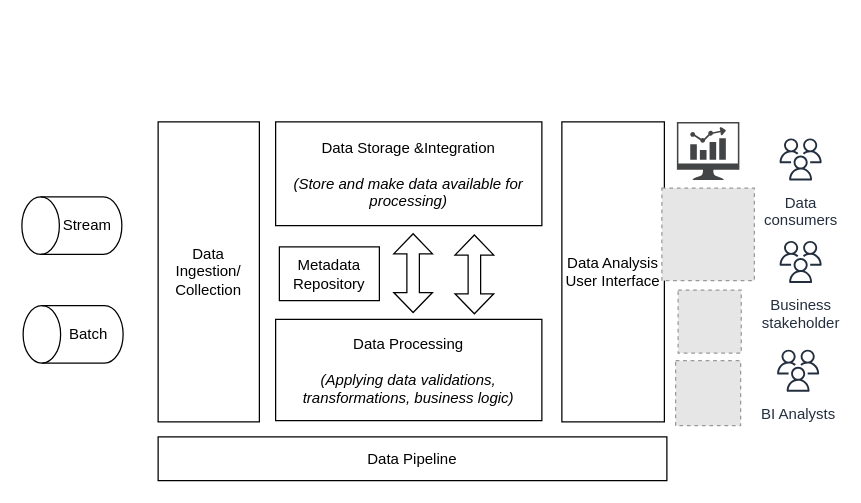
Before: page "Conceptual View(Architcture)" (15 of 16) of Untitled Diagram.drawio in nitindatta/aws-serverless, a draw.io diagram. Source tidied: cells renumbered, new cells numbered last; positions are measured from the earlier drawing's top-left corner, leaving out a move shared by most shapes. Both pictures are drawn from the tidied source at 125%, with x=0, y=0 at pixel (21, 121). Pictures stored in the file or linked from it are replaced by grey dashed boxes.
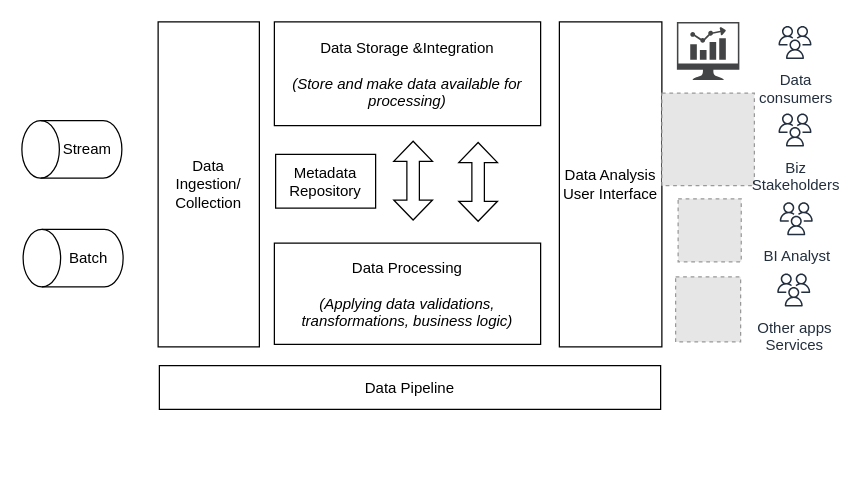
Above is the later version.

The edit, as a diff of the source:
```diff
@@
     <mxCell id="2" value="Data Ingestion/&lt;br&gt;Collection" style="whiteSpace=wrap;html=1;" parent="1" vertex="1">
-      <mxGeometry x="109" width="81" height="240" as="geometry" />
+      <mxGeometry x="109" y="-80" width="81" height="260" as="geometry" />
     </mxCell>
     <mxCell id="3" value="Data Storage &amp;amp;Integration&lt;br&gt;&lt;i&gt;&lt;br&gt;(Store and make data available for processing)&lt;/i&gt;" style="whiteSpace=wrap;html=1;direction=south;" parent="1" vertex="1">
-      <mxGeometry x="203" width="213" height="83" as="geometry" />
+      <mxGeometry x="202" y="-80" width="213" height="83" as="geometry" />
     </mxCell>
     <mxCell id="4" value="Data Processing&lt;br&gt;&lt;br&gt;&lt;i&gt;(Applying data validations, transformations, business logic)&lt;/i&gt;" style="whiteSpace=wrap;html=1;direction=south;" parent="1" vertex="1">
-      <mxGeometry x="203" y="158" width="213" height="81" as="geometry" />
+      <mxGeometry x="202" y="97" width="213" height="81" as="geometry" />
     </mxCell>
     <mxCell id="5" value="Data Pipeline" style="whiteSpace=wrap;html=1;direction=south;" parent="1" vertex="1">
-      <mxGeometry x="109" y="252" width="407" height="35" as="geometry" />
+      <mxGeometry x="110" y="195" width="401" height="35" as="geometry" />
     </mxCell>
     <mxCell id="6" value="Data Analysis&lt;br&gt;User Interface" style="whiteSpace=wrap;html=1;" parent="1" vertex="1">
-      <mxGeometry x="432" width="82" height="240" as="geometry" />
+      <mxGeometry x="430" y="-80" width="82" height="260" as="geometry" />
     </mxCell>
     <mxCell id="7" value="Stream" style="shape=cylinder3;whiteSpace=wrap;html=1;boundedLbl=1;backgroundOutline=1;size=15;direction=north;" parent="1" vertex="1">
-      <mxGeometry y="60" width="80" height="46" as="geometry" />
+      <mxGeometry y="-1" width="80" height="46" as="geometry" />
     </mxCell>
     <mxCell id="8" value="Batch" style="shape=cylinder3;whiteSpace=wrap;html=1;boundedLbl=1;backgroundOutline=1;size=15;direction=north;" parent="1" vertex="1">
-      <mxGeometry x="1" y="147" width="80" height="46" as="geometry" />
+      <mxGeometry x="1" y="86" width="80" height="46" as="geometry" />
     </mxCell>
     <mxCell id="9" value="Metadata Repository" style="whiteSpace=wrap;html=1;direction=south;" parent="1" vertex="1">
-      <mxGeometry x="206" y="100" width="80" height="43" as="geometry" />
+      <mxGeometry x="203" y="26" width="80" height="43" as="geometry" />
     </mxCell>
     <mxCell id="10" style="shape=flexArrow;endArrow=classic;startArrow=classic;html=1;rounded=0;endSize=5;strokeWidth=1;startSize=5;" parent="1" edge="1">
       <mxGeometry relative="1" as="geometry">
-        <mxPoint x="313" y="153" as="sourcePoint" />
-        <mxPoint x="313" y="89" as="targetPoint" />
+        <mxPoint x="313" y="79" as="sourcePoint" />
+        <mxPoint x="313" y="15" as="targetPoint" />
       </mxGeometry>
     </mxCell>
     <mxCell id="11" style="shape=flexArrow;endArrow=classic;startArrow=classic;html=1;rounded=0;endSize=5;strokeWidth=1;startSize=5;" parent="1" edge="1">
       <mxGeometry relative="1" as="geometry">
-        <mxPoint x="362" y="154" as="sourcePoint" />
-        <mxPoint x="362" y="90" as="targetPoint" />
+        <mxPoint x="365" y="80" as="sourcePoint" />
+        <mxPoint x="365" y="16" as="targetPoint" />
       </mxGeometry>
     </mxCell>
     <mxCell id="12" value="Data &lt;br&gt;consumers" style="sketch=0;fontColor=#232F3E;gradientColor=none;strokeColor=#232F3E;fillColor=#ffffff;dashed=0;verticalLabelPosition=bottom;verticalAlign=top;align=center;html=1;fontSize=12;fontStyle=0;shape=mxgraph.aws4.resourceIcon;resIcon=mxgraph.aws4.users;shadow=0;" parent="1" vertex="1">
-      <mxGeometry x="602" y="9" width="42" height="42" as="geometry" />
+      <mxGeometry x="602" y="-80" width="33" height="33" as="geometry" />
     </mxCell>
-    <mxCell id="13" value="Business &lt;br&gt;stakeholder" style="sketch=0;fontColor=#232F3E;gradientColor=none;strokeColor=#232F3E;fillColor=#ffffff;dashed=0;verticalLabelPosition=bottom;verticalAlign=top;align=center;html=1;fontSize=12;fontStyle=0;shape=mxgraph.aws4.resourceIcon;resIcon=mxgraph.aws4.users;shadow=0;" parent="1" vertex="1">
-      <mxGeometry x="602" y="91" width="42" height="42" as="geometry" />
-    </mxCell>
-    <mxCell id="14" value="BI Analysts" style="sketch=0;fontColor=#232F3E;gradientColor=none;strokeColor=#232F3E;fillColor=#ffffff;dashed=0;verticalLabelPosition=bottom;verticalAlign=top;align=center;html=1;fontSize=12;fontStyle=0;shape=mxgraph.aws4.resourceIcon;resIcon=mxgraph.aws4.users;shadow=0;" parent="1" vertex="1">
-      <mxGeometry x="600" y="178" width="42" height="42" as="geometry" />
-    </mxCell>
     <mxCell id="15" style="sketch=0;shadow=0;dashed=0;html=1;strokeColor=none;fillColor=#434445;labelPosition=center;verticalLabelPosition=bottom;verticalAlign=top;align=center;shape=mxgraph.vvd.nsx_dashboard;" parent="1" vertex="1">
-      <mxGeometry x="524" width="50" height="46.5" as="geometry" />
+      <mxGeometry x="524" y="-80" width="50" height="46.5" as="geometry" />
     </mxCell>
     <mxCell id="16" style="fillColor=#E6E6E6;strokeColor=#999999;dashed=1;html=1;verticalAlign=top;verticalLabelPosition=bottom;labelBackgroundColor=#ffffff;" parent="1" vertex="1">
-      <mxGeometry x="512" y="53" width="74" height="74" as="geometry" />
+      <mxGeometry x="512" y="-23" width="74" height="74" as="geometry" />
     </mxCell>
     <mxCell id="17" style="fillColor=#E6E6E6;strokeColor=#999999;dashed=1;html=1;verticalAlign=top;verticalLabelPosition=bottom;labelBackgroundColor=#ffffff;" parent="1" vertex="1">
-      <mxGeometry x="525" y="134.5" width="50.5" height="50.5" as="geometry" />
+      <mxGeometry x="525" y="61.5" width="50.5" height="50.5" as="geometry" />
     </mxCell>
     <mxCell id="18" style="fillColor=#E6E6E6;strokeColor=#999999;dashed=1;html=1;verticalAlign=top;verticalLabelPosition=bottom;labelBackgroundColor=#ffffff;" parent="1" vertex="1">
-      <mxGeometry x="523" y="191" width="52" height="52" as="geometry" />
+      <mxGeometry x="523" y="124" width="52" height="52" as="geometry" />
     </mxCell>
+    <mxCell id="19" value="Biz &lt;br&gt;Stakeholders" style="sketch=0;fontColor=#232F3E;gradientColor=none;strokeColor=#232F3E;fillColor=#ffffff;dashed=0;verticalLabelPosition=bottom;verticalAlign=top;align=center;html=1;fontSize=12;fontStyle=0;shape=mxgraph.aws4.resourceIcon;resIcon=mxgraph.aws4.users;shadow=0;" parent="1" vertex="1">
+      <mxGeometry x="602" y="-10" width="33" height="33" as="geometry" />
+    </mxCell>
+    <mxCell id="20" value="BI Analyst" style="sketch=0;fontColor=#232F3E;gradientColor=none;strokeColor=#232F3E;fillColor=#ffffff;dashed=0;verticalLabelPosition=bottom;verticalAlign=top;align=center;html=1;fontSize=12;fontStyle=0;shape=mxgraph.aws4.resourceIcon;resIcon=mxgraph.aws4.users;shadow=0;" parent="1" vertex="1">
+      <mxGeometry x="603" y="61" width="33" height="33" as="geometry" />
+    </mxCell>
+    <mxCell id="21" value="Other apps&lt;br&gt;Services" style="sketch=0;fontColor=#232F3E;gradientColor=none;strokeColor=#232F3E;fillColor=#ffffff;dashed=0;verticalLabelPosition=bottom;verticalAlign=top;align=center;html=1;fontSize=12;fontStyle=0;shape=mxgraph.aws4.resourceIcon;resIcon=mxgraph.aws4.users;shadow=0;" parent="1" vertex="1">
+      <mxGeometry x="601" y="118" width="33" height="33" as="geometry" />
+    </mxCell>
```
